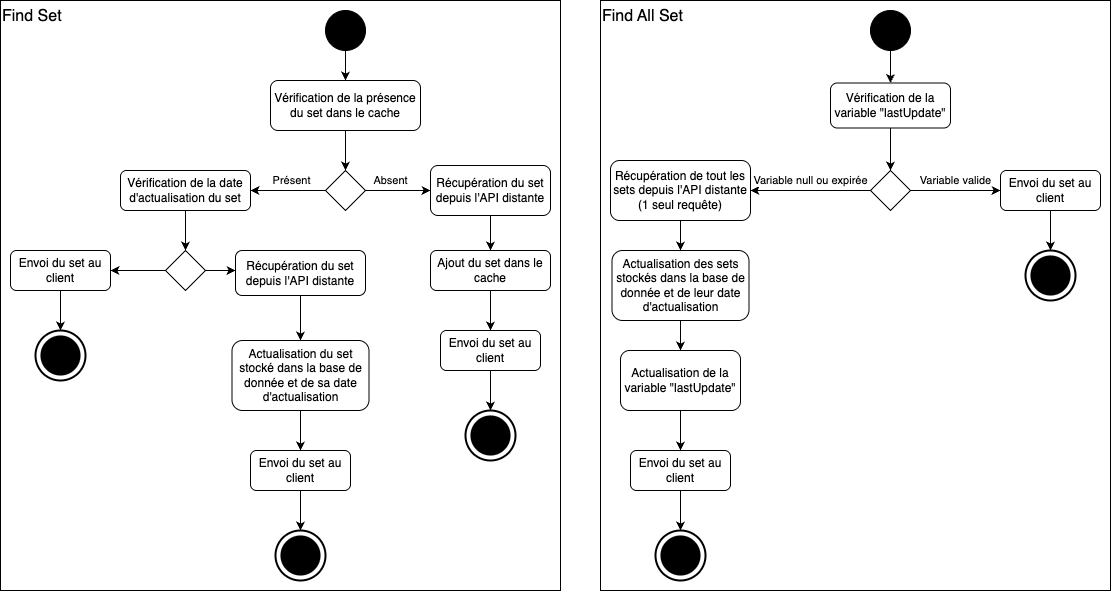
Earlier version of the draw.io export R401-Architecture_logicielle/doc/cache.drawio.png (PolLamothe/Pokapi). Source tidied: cells renumbered, new cells last; positions are measured from the earlier drawing's top-left corner, leaving out a move shared by most shapes.
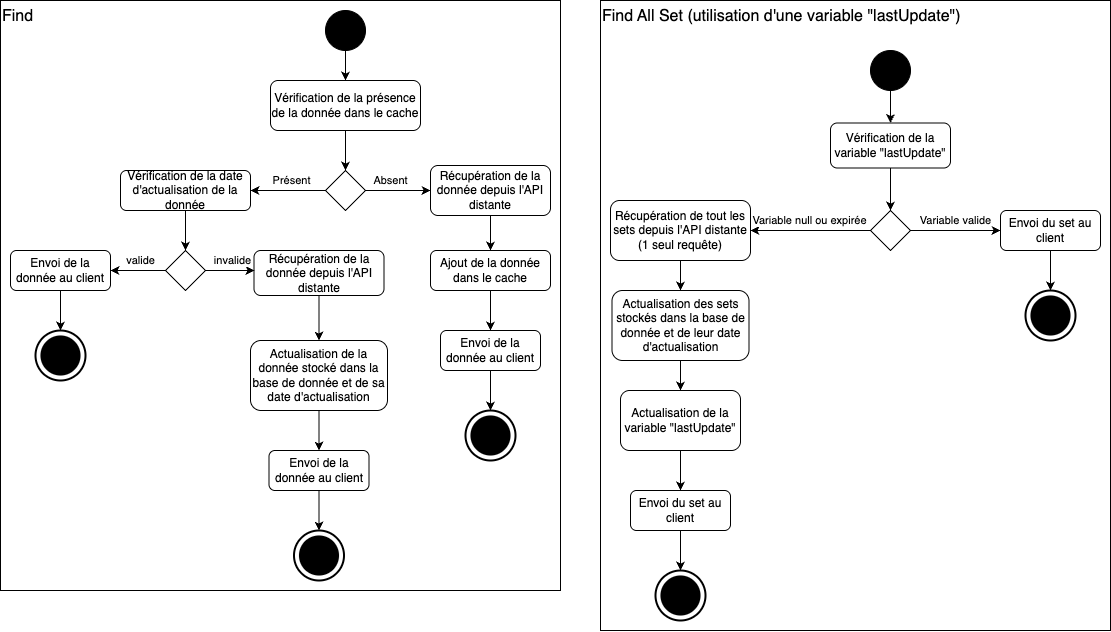
After the change.

Commit message:
Généralisation du diagramme

Change to the diagram source:
```diff
@@ -2,10 +2,10 @@
   <root>
     <mxCell id="0" />
     <mxCell id="1" parent="0" />
-    <mxCell id="2" value="Find Set" style="rounded=0;whiteSpace=wrap;html=1;align=left;verticalAlign=top;fillColor=none;fontSize=16;" parent="1" vertex="1">
+    <mxCell id="2" value="Find" style="rounded=0;whiteSpace=wrap;html=1;align=left;verticalAlign=top;fillColor=none;fontSize=16;" parent="1" vertex="1">
       <mxGeometry width="560" height="590" as="geometry" />
     </mxCell>
-    <mxCell id="3" value="Vérification de la présence du set dans le cache" style="rounded=1;whiteSpace=wrap;html=1;" parent="1" vertex="1">
+    <mxCell id="3" value="Vérification de la présence de la donnée dans le cache" style="rounded=1;whiteSpace=wrap;html=1;" parent="1" vertex="1">
       <mxGeometry x="270" y="80" width="150" height="50" as="geometry" />
     </mxCell>
     <mxCell id="4" style="ellipse;whiteSpace=wrap;html=1;fillColor=#000000;" parent="1" vertex="1">
@@ -28,16 +28,16 @@
         <mxPoint x="-11" y="-9" as="offset" />
       </mxGeometry>
     </mxCell>
-    <mxCell id="10" value="Récupération du set depuis l'API distante" style="rounded=1;whiteSpace=wrap;html=1;" parent="1" vertex="1">
+    <mxCell id="10" value="Récupération de la donnée depuis l'API distante" style="rounded=1;whiteSpace=wrap;html=1;" parent="1" vertex="1">
       <mxGeometry x="430" y="165" width="120" height="50" as="geometry" />
     </mxCell>
-    <mxCell id="11" value="Ajout du set dans le cache" style="rounded=1;whiteSpace=wrap;html=1;" parent="1" vertex="1">
+    <mxCell id="11" value="Ajout de la donnée dans le cache" style="rounded=1;whiteSpace=wrap;html=1;" parent="1" vertex="1">
       <mxGeometry x="430" y="250" width="120" height="40" as="geometry" />
     </mxCell>
     <mxCell id="12" style="endArrow=classic;html=1;rounded=0;exitX=0.5;exitY=1;exitDx=0;exitDy=0;entryX=0.5;entryY=0;entryDx=0;entryDy=0;" parent="1" edge="1" source="10" target="11">
       <mxGeometry relative="1" as="geometry" />
     </mxCell>
-    <mxCell id="13" value="Vérification de la date d'actualisation du set" style="rounded=1;whiteSpace=wrap;html=1;" parent="1" vertex="1">
+    <mxCell id="13" value="Vérification de la date d'actualisation de la donnée" style="rounded=1;whiteSpace=wrap;html=1;" parent="1" vertex="1">
       <mxGeometry x="120" y="170" width="130" height="40" as="geometry" />
     </mxCell>
     <mxCell id="14" style="endArrow=classic;html=1;rounded=0;exitX=0;exitY=0.5;exitDx=0;exitDy=0;entryX=1;entryY=0.5;entryDx=0;entryDy=0;" parent="1" edge="1" source="6" target="13">
@@ -54,12 +54,17 @@
     <mxCell id="17" style="endArrow=classic;html=1;rounded=0;exitX=0.5;exitY=1;exitDx=0;exitDy=0;entryX=0.5;entryY=0;entryDx=0;entryDy=0;" parent="1" edge="1" source="13" target="16">
       <mxGeometry relative="1" as="geometry" />
     </mxCell>
-    <mxCell id="18" value="Envoi du set au client" style="rounded=1;whiteSpace=wrap;html=1;" parent="1" vertex="1">
+    <mxCell id="18" value="Envoi de la donnée au client" style="rounded=1;whiteSpace=wrap;html=1;" parent="1" vertex="1">
       <mxGeometry x="10" y="250" width="100" height="40" as="geometry" />
     </mxCell>
     <mxCell id="19" style="endArrow=classic;html=1;rounded=0;exitX=0;exitY=0.5;exitDx=0;exitDy=0;entryX=1;entryY=0.5;entryDx=0;entryDy=0;" parent="1" edge="1" source="16" target="18">
       <mxGeometry relative="1" as="geometry" />
     </mxCell>
+    <mxCell id="61" value="valide" style="edgeLabel;html=1;align=center;verticalAlign=middle;" parent="19" vertex="1">
+      <mxGeometry x="0.09" y="2" relative="1" as="geometry">
+        <mxPoint x="5" y="-12" as="offset" />
+      </mxGeometry>
+    </mxCell>
     <mxCell id="20" style="ellipse;whiteSpace=wrap;html=1;fillColor=#000000;gradientColor=none;perimeterSpacing=0;strokeWidth=0;labelBackgroundColor=none;labelBorderColor=default;spacingTop=0;fontColor=none;noLabel=1;fillStyle=auto;" parent="1" vertex="1">
       <mxGeometry x="40" y="335" width="40" height="40" as="geometry" />
     </mxCell>
@@ -69,28 +74,33 @@
     <mxCell id="22" style="endArrow=classic;html=1;rounded=0;exitX=0.5;exitY=1;exitDx=0;exitDy=0;entryX=0.5;entryY=0;entryDx=0;entryDy=0;" parent="1" edge="1" source="18" target="21">
       <mxGeometry relative="1" as="geometry" />
     </mxCell>
-    <mxCell id="23" value="Récupération du set depuis l'API distante" style="rounded=1;whiteSpace=wrap;html=1;" parent="1" vertex="1">
-      <mxGeometry x="235" y="250" width="130" height="45" as="geometry" />
+    <mxCell id="23" value="Récupération de la donnée depuis l'API distante" style="rounded=1;whiteSpace=wrap;html=1;" parent="1" vertex="1">
+      <mxGeometry x="253.5" y="250" width="130" height="45" as="geometry" />
     </mxCell>
     <mxCell id="24" style="endArrow=classic;html=1;rounded=0;exitX=1;exitY=0.5;exitDx=0;exitDy=0;" parent="1" edge="1" source="16">
       <mxGeometry relative="1" as="geometry">
-        <mxPoint x="235" y="270" as="targetPoint" />
+        <mxPoint x="254" y="270" as="targetPoint" />
       </mxGeometry>
     </mxCell>
+    <mxCell id="62" value="invalide" style="edgeLabel;html=1;align=center;verticalAlign=middle;" parent="24" vertex="1">
+      <mxGeometry x="-0.43" relative="1" as="geometry">
+        <mxPoint x="12" y="-10" as="offset" />
+      </mxGeometry>
+    </mxCell>
-    <mxCell id="25" value="Actualisation du set stocké dans la base de donnée et de sa date d'actualisation" style="rounded=1;whiteSpace=wrap;html=1;" parent="1" vertex="1">
-      <mxGeometry x="231.5" y="340" width="137" height="70" as="geometry" />
+    <mxCell id="25" value="Actualisation de la donnée stocké dans la base de donnée et de sa date d'actualisation" style="rounded=1;whiteSpace=wrap;html=1;" parent="1" vertex="1">
+      <mxGeometry x="250" y="340" width="137" height="70" as="geometry" />
     </mxCell>
     <mxCell id="26" style="endArrow=classic;html=1;rounded=0;exitX=0.5;exitY=1;exitDx=0;exitDy=0;entryX=0.5;entryY=0;entryDx=0;entryDy=0;" parent="1" edge="1" source="23" target="25">
       <mxGeometry relative="1" as="geometry" />
     </mxCell>
-    <mxCell id="27" value="Envoi du set au client" style="rounded=1;whiteSpace=wrap;html=1;" parent="1" vertex="1">
-      <mxGeometry x="250" y="450" width="100" height="40" as="geometry" />
+    <mxCell id="27" value="Envoi de la donnée au client" style="rounded=1;whiteSpace=wrap;html=1;" parent="1" vertex="1">
+      <mxGeometry x="268.5" y="450" width="100" height="40" as="geometry" />
     </mxCell>
     <mxCell id="28" style="ellipse;whiteSpace=wrap;html=1;fillColor=#000000;gradientColor=none;perimeterSpacing=0;strokeWidth=0;labelBackgroundColor=none;labelBorderColor=default;spacingTop=0;fontColor=none;noLabel=1;fillStyle=auto;" parent="1" vertex="1">
-      <mxGeometry x="280" y="535" width="40" height="40" as="geometry" />
+      <mxGeometry x="298.5" y="535" width="40" height="40" as="geometry" />
     </mxCell>
     <mxCell id="29" style="ellipse;whiteSpace=wrap;html=1;fillColor=none;strokeWidth=2;" parent="1" vertex="1">
-      <mxGeometry x="275" y="530" width="50" height="50" as="geometry" />
+      <mxGeometry x="293.5" y="530" width="50" height="50" as="geometry" />
     </mxCell>
     <mxCell id="30" style="endArrow=classic;html=1;rounded=0;exitX=0.5;exitY=1;exitDx=0;exitDy=0;entryX=0.5;entryY=0;entryDx=0;entryDy=0;" parent="1" edge="1" source="27" target="29">
       <mxGeometry relative="1" as="geometry" />
@@ -98,7 +108,7 @@
     <mxCell id="31" style="endArrow=classic;html=1;rounded=0;exitX=0.5;exitY=1;exitDx=0;exitDy=0;entryX=0.5;entryY=0;entryDx=0;entryDy=0;" parent="1" edge="1" source="25" target="27">
       <mxGeometry relative="1" as="geometry" />
     </mxCell>
-    <mxCell id="32" value="Envoi du set au client" style="rounded=1;whiteSpace=wrap;html=1;" parent="1" vertex="1">
+    <mxCell id="32" value="Envoi de la donnée au client" style="rounded=1;whiteSpace=wrap;html=1;" parent="1" vertex="1">
       <mxGeometry x="440" y="330" width="100" height="40" as="geometry" />
     </mxCell>
     <mxCell id="33" style="ellipse;whiteSpace=wrap;html=1;fillColor=#000000;gradientColor=none;perimeterSpacing=0;strokeWidth=0;labelBackgroundColor=none;labelBorderColor=default;spacingTop=0;fontColor=none;noLabel=1;fillStyle=auto;" parent="1" vertex="1">
@@ -114,22 +124,22 @@
       <mxGeometry relative="1" as="geometry" />
     </mxCell>
     <mxCell id="37" style="ellipse;whiteSpace=wrap;html=1;fillColor=#000000;" parent="1" vertex="1">
-      <mxGeometry x="870" y="10" width="40" height="40" as="geometry" />
+      <mxGeometry x="870" y="50" width="40" height="40" as="geometry" />
     </mxCell>
     <mxCell id="38" value="Vérification de la variable &quot;lastUpdate&quot;" style="rounded=1;whiteSpace=wrap;html=1;" parent="1" vertex="1">
-      <mxGeometry x="830" y="82.5" width="120" height="45" as="geometry" />
+      <mxGeometry x="830" y="122.5" width="120" height="45" as="geometry" />
     </mxCell>
     <mxCell id="39" style="endArrow=classic;html=1;rounded=0;exitX=0.5;exitY=1;exitDx=0;exitDy=0;entryX=0.5;entryY=0;entryDx=0;entryDy=0;" parent="1" edge="1" source="37" target="38">
       <mxGeometry relative="1" as="geometry" />
     </mxCell>
     <mxCell id="40" style="rhombus;whiteSpace=wrap;html=1;" parent="1" vertex="1">
-      <mxGeometry x="870" y="170" width="40" height="40" as="geometry" />
+      <mxGeometry x="870" y="210" width="40" height="40" as="geometry" />
     </mxCell>
     <mxCell id="41" style="endArrow=classic;html=1;rounded=0;exitX=0.5;exitY=1;exitDx=0;exitDy=0;entryX=0.5;entryY=0;entryDx=0;entryDy=0;" parent="1" edge="1" source="38" target="40">
       <mxGeometry relative="1" as="geometry" />
     </mxCell>
     <mxCell id="42" value="Récupération de tout les sets depuis l'API distante (1 seul requête)" style="rounded=1;whiteSpace=wrap;html=1;" parent="1" vertex="1">
-      <mxGeometry x="610" y="160" width="140" height="60" as="geometry" />
+      <mxGeometry x="610" y="200" width="140" height="60" as="geometry" />
     </mxCell>
     <mxCell id="43" style="endArrow=classic;html=1;rounded=0;exitX=0;exitY=0.5;exitDx=0;exitDy=0;entryX=1;entryY=0.5;entryDx=0;entryDy=0;" parent="1" edge="1" source="40" target="42">
       <mxGeometry relative="1" as="geometry" />
@@ -140,25 +150,25 @@
       </mxGeometry>
     </mxCell>
     <mxCell id="45" value="Actualisation des sets stockés dans la base de donnée et de leur date d'actualisation" style="rounded=1;whiteSpace=wrap;html=1;" parent="1" vertex="1">
-      <mxGeometry x="611.5" y="250" width="137" height="70" as="geometry" />
+      <mxGeometry x="611.5" y="290" width="137" height="70" as="geometry" />
     </mxCell>
     <mxCell id="46" style="endArrow=classic;html=1;rounded=0;exitX=0.5;exitY=1;exitDx=0;exitDy=0;entryX=0.5;entryY=0;entryDx=0;entryDy=0;" parent="1" edge="1" source="42" target="45">
       <mxGeometry relative="1" as="geometry" />
     </mxCell>
     <mxCell id="47" value="Actualisation de la variable &quot;lastUpdate&quot;" style="rounded=1;whiteSpace=wrap;html=1;" parent="1" vertex="1">
-      <mxGeometry x="620" y="350" width="120" height="60" as="geometry" />
+      <mxGeometry x="620" y="390" width="120" height="60" as="geometry" />
     </mxCell>
     <mxCell id="48" style="endArrow=classic;html=1;rounded=0;exitX=0.5;exitY=1;exitDx=0;exitDy=0;entryX=0.5;entryY=0;entryDx=0;entryDy=0;" parent="1" edge="1" source="45" target="47">
       <mxGeometry relative="1" as="geometry" />
     </mxCell>
     <mxCell id="49" value="Envoi du set au client" style="rounded=1;whiteSpace=wrap;html=1;" parent="1" vertex="1">
-      <mxGeometry x="630" y="450" width="100" height="40" as="geometry" />
+      <mxGeometry x="630" y="490" width="100" height="40" as="geometry" />
     </mxCell>
     <mxCell id="50" style="ellipse;whiteSpace=wrap;html=1;fillColor=#000000;gradientColor=none;perimeterSpacing=0;strokeWidth=0;labelBackgroundColor=none;labelBorderColor=default;spacingTop=0;fontColor=none;noLabel=1;fillStyle=auto;" parent="1" vertex="1">
-      <mxGeometry x="660" y="535" width="40" height="40" as="geometry" />
+      <mxGeometry x="660" y="575" width="40" height="40" as="geometry" />
     </mxCell>
     <mxCell id="51" style="ellipse;whiteSpace=wrap;html=1;fillColor=none;strokeWidth=2;" parent="1" vertex="1">
-      <mxGeometry x="655" y="530" width="50" height="50" as="geometry" />
+      <mxGeometry x="655" y="570" width="50" height="50" as="geometry" />
     </mxCell>
     <mxCell id="52" style="endArrow=classic;html=1;rounded=0;exitX=0.5;exitY=1;exitDx=0;exitDy=0;entryX=0.5;entryY=0;entryDx=0;entryDy=0;" parent="1" edge="1" source="49" target="51">
       <mxGeometry relative="1" as="geometry" />
@@ -167,13 +177,13 @@
       <mxGeometry relative="1" as="geometry" />
     </mxCell>
     <mxCell id="54" value="Envoi du set au client" style="rounded=1;whiteSpace=wrap;html=1;" parent="1" vertex="1">
-      <mxGeometry x="1000" y="170" width="100" height="40" as="geometry" />
+      <mxGeometry x="1000" y="210" width="100" height="40" as="geometry" />
     </mxCell>
     <mxCell id="55" style="ellipse;whiteSpace=wrap;html=1;fillColor=#000000;gradientColor=none;perimeterSpacing=0;strokeWidth=0;labelBackgroundColor=none;labelBorderColor=default;spacingTop=0;fontColor=none;noLabel=1;fillStyle=auto;" parent="1" vertex="1">
-      <mxGeometry x="1030" y="255" width="40" height="40" as="geometry" />
+      <mxGeometry x="1030" y="295" width="40" height="40" as="geometry" />
     </mxCell>
     <mxCell id="56" style="ellipse;whiteSpace=wrap;html=1;fillColor=none;strokeWidth=2;" parent="1" vertex="1">
-      <mxGeometry x="1025" y="250" width="50" height="50" as="geometry" />
+      <mxGeometry x="1025" y="290" width="50" height="50" as="geometry" />
     </mxCell>
     <mxCell id="57" style="endArrow=classic;html=1;rounded=0;exitX=0.5;exitY=1;exitDx=0;exitDy=0;entryX=0.5;entryY=0;entryDx=0;entryDy=0;" parent="1" edge="1" source="54" target="56">
       <mxGeometry relative="1" as="geometry" />
@@ -186,8 +196,8 @@
         <mxPoint x="24" y="-7" as="offset" />
       </mxGeometry>
     </mxCell>
-    <mxCell id="60" value="Find All Set" style="rounded=0;whiteSpace=wrap;html=1;align=left;verticalAlign=top;fillColor=none;fontSize=16;" parent="1" vertex="1">
-      <mxGeometry x="600" width="510" height="590" as="geometry" />
+    <mxCell id="60" value="Find All Set (utilisation d'une variable &quot;lastUpdate&quot;)" style="rounded=0;whiteSpace=wrap;html=1;align=left;verticalAlign=top;fillColor=none;fontSize=16;" parent="1" vertex="1">
+      <mxGeometry x="600" width="510" height="630" as="geometry" />
     </mxCell>
   </root>
 </mxGraphModel>
```
